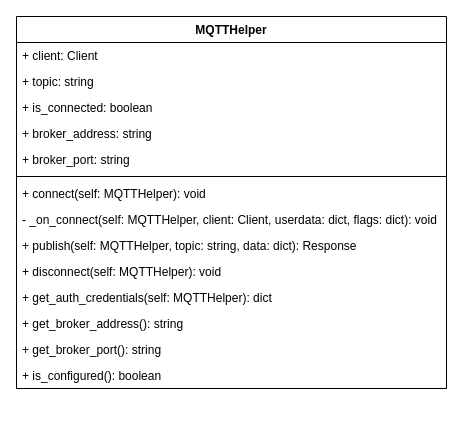
Above: diagrams/mqtthelper_class.drawio in phuonganhcorn/iot-sensor-data-simulator (draw.io), before the change. Source tidied: cells renumbered, new cells numbered last; positions are measured from the earlier drawing's top-left corner, leaving out a move shared by most shapes. Both pictures are drawn from the tidied source at 100%, with x=0, y=0 at pixel (16, 16).
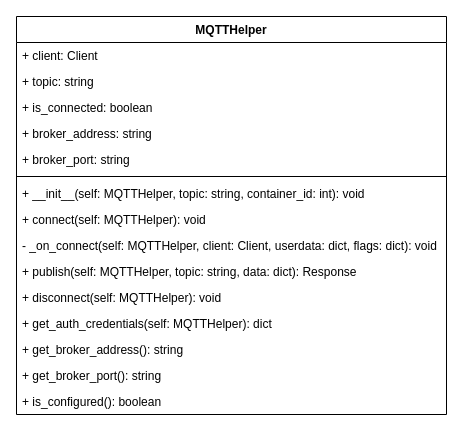
The same page after the edit.

Change to the diagram source:
```diff
@@
 <mxGraphModel>
   <root>
     <mxCell id="0" />
     <mxCell id="1" parent="0" />
     <mxCell id="2" value="MQTTHelper" style="swimlane;fontStyle=1;align=center;verticalAlign=top;horizontal=1;startSize=26;" parent="1" vertex="1">
-      <mxGeometry width="430" height="372" as="geometry" />
+      <mxGeometry width="430" height="398" as="geometry" />
     </mxCell>
     <mxCell id="3" value="+ client: Client" style="text;strokeColor=none;fillColor=none;align=left;verticalAlign=top;spacingLeft=4;spacingRight=4;overflow=hidden;" parent="2" vertex="1">
       <mxGeometry y="26" width="430" height="26" as="geometry" />
     </mxCell>
     <mxCell id="4" value="+ topic: string" style="text;strokeColor=none;fillColor=none;align=left;verticalAlign=top;spacingLeft=4;spacingRight=4;overflow=hidden;" parent="2" vertex="1">
       <mxGeometry y="52" width="430" height="26" as="geometry" />
     </mxCell>
     <mxCell id="5" value="+ is_connected: boolean" style="text;strokeColor=none;fillColor=none;align=left;verticalAlign=top;spacingLeft=4;spacingRight=4;overflow=hidden;" parent="2" vertex="1">
       <mxGeometry y="78" width="430" height="26" as="geometry" />
     </mxCell>
     <mxCell id="6" value="+ broker_address: string" style="text;strokeColor=none;fillColor=none;align=left;verticalAlign=top;spacingLeft=4;spacingRight=4;overflow=hidden;" parent="2" vertex="1">
       <mxGeometry y="104" width="430" height="26" as="geometry" />
     </mxCell>
     <mxCell id="7" value="+ broker_port: string" style="text;strokeColor=none;fillColor=none;align=left;verticalAlign=top;spacingLeft=4;spacingRight=4;overflow=hidden;" parent="2" vertex="1">
       <mxGeometry y="130" width="430" height="26" as="geometry" />
     </mxCell>
     <mxCell id="8" style="line;strokeWidth=1;fillColor=none;align=left;verticalAlign=middle;spacingTop=-1;spacingLeft=3;spacingRight=3;labelPosition=right;strokeColor=inherit;" parent="2" vertex="1">
       <mxGeometry y="156" width="430" height="8" as="geometry" />
     </mxCell>
+    <mxCell id="17" value="+ __init__(self: MQTTHelper, topic: string, container_id: int): void" style="text;strokeColor=none;fillColor=none;align=left;verticalAlign=top;spacingLeft=4;spacingRight=4;overflow=hidden;" parent="2" vertex="1">
+      <mxGeometry y="164" width="430" height="26" as="geometry" />
+    </mxCell>
     <mxCell id="9" value="+ connect(self: MQTTHelper): void" style="text;strokeColor=none;fillColor=none;align=left;verticalAlign=top;spacingLeft=4;spacingRight=4;overflow=hidden;" parent="2" vertex="1">
-      <mxGeometry y="164" width="430" height="26" as="geometry" />
+      <mxGeometry y="190" width="430" height="26" as="geometry" />
     </mxCell>
     <mxCell id="10" value="- _on_connect(self: MQTTHelper, client: Client, userdata: dict, flags: dict): void" style="text;strokeColor=none;fillColor=none;align=left;verticalAlign=top;spacingLeft=4;spacingRight=4;overflow=hidden;" parent="2" vertex="1">
-      <mxGeometry y="190" width="430" height="26" as="geometry" />
+      <mxGeometry y="216" width="430" height="26" as="geometry" />
     </mxCell>
     <mxCell id="11" value="+ publish(self: MQTTHelper, topic: string, data: dict): Response" style="text;strokeColor=none;fillColor=none;align=left;verticalAlign=top;spacingLeft=4;spacingRight=4;overflow=hidden;" parent="2" vertex="1">
-      <mxGeometry y="216" width="430" height="26" as="geometry" />
+      <mxGeometry y="242" width="430" height="26" as="geometry" />
     </mxCell>
     <mxCell id="12" value="+ disconnect(self: MQTTHelper): void" style="text;strokeColor=none;fillColor=none;align=left;verticalAlign=top;spacingLeft=4;spacingRight=4;overflow=hidden;" parent="2" vertex="1">
-      <mxGeometry y="242" width="430" height="26" as="geometry" />
+      <mxGeometry y="268" width="430" height="26" as="geometry" />
     </mxCell>
     <mxCell id="13" value="+ get_auth_credentials(self: MQTTHelper): dict" style="text;strokeColor=none;fillColor=none;align=left;verticalAlign=top;spacingLeft=4;spacingRight=4;overflow=hidden;" parent="2" vertex="1">
-      <mxGeometry y="268" width="430" height="26" as="geometry" />
+      <mxGeometry y="294" width="430" height="26" as="geometry" />
     </mxCell>
     <mxCell id="14" value="+ get_broker_address(): string" style="text;strokeColor=none;fillColor=none;align=left;verticalAlign=top;spacingLeft=4;spacingRight=4;overflow=hidden;" parent="2" vertex="1">
-      <mxGeometry y="294" width="430" height="26" as="geometry" />
+      <mxGeometry y="320" width="430" height="26" as="geometry" />
     </mxCell>
     <mxCell id="15" value="+ get_broker_port(): string" style="text;strokeColor=none;fillColor=none;align=left;verticalAlign=top;spacingLeft=4;spacingRight=4;overflow=hidden;" parent="2" vertex="1">
-      <mxGeometry y="320" width="430" height="26" as="geometry" />
+      <mxGeometry y="346" width="430" height="26" as="geometry" />
     </mxCell>
     <mxCell id="16" value="+ is_configured(): boolean" style="text;strokeColor=none;fillColor=none;align=left;verticalAlign=top;spacingLeft=4;spacingRight=4;overflow=hidden;" parent="2" vertex="1">
-      <mxGeometry y="346" width="430" height="26" as="geometry" />
+      <mxGeometry y="372" width="430" height="26" as="geometry" />
     </mxCell>
   </root>
 </mxGraphModel>
```
